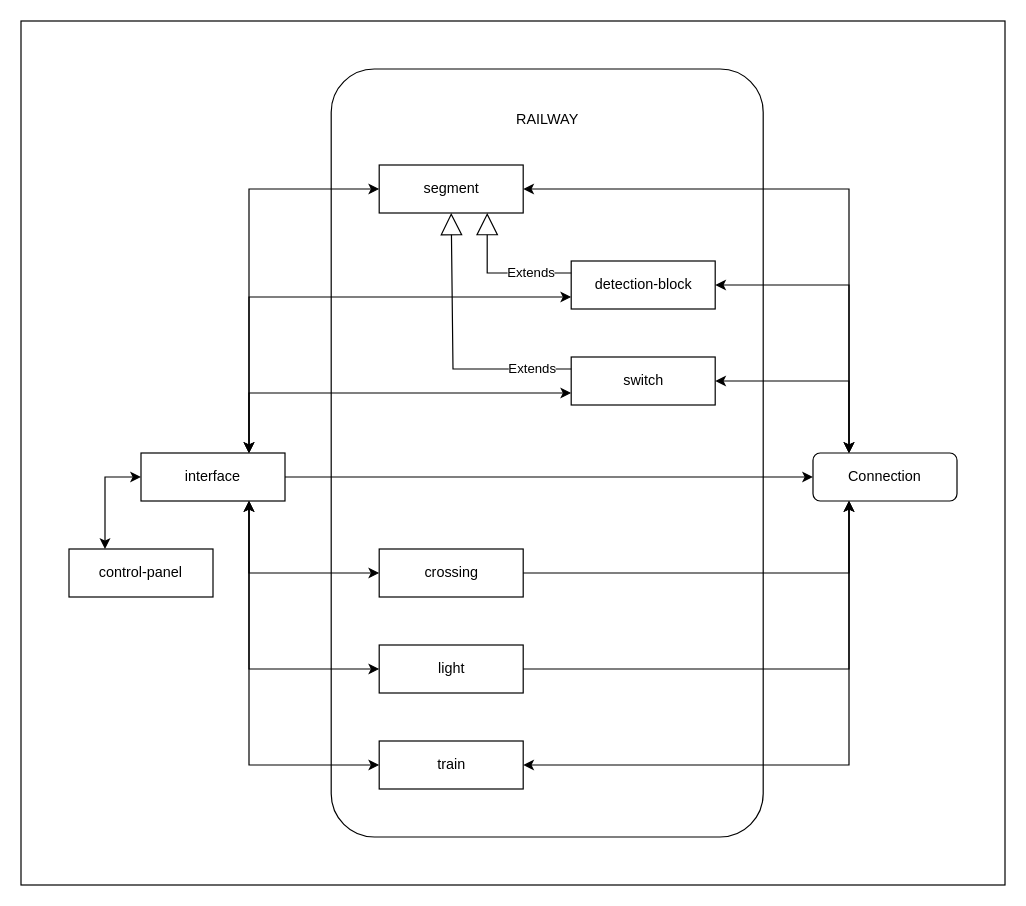
This is docs/specificatie voor ontwikkelaars/Afhankelijkheidsdiagrammen/railway.drawio from Jonas-Bruell/besturingssysteem-modeltreinen, a draw.io file, before an edit. Source tidied: cells renumbered, new cells numbered last; positions are measured from the earlier drawing's top-left corner, leaving out a move shared by most shapes. Both pictures are drawn from the tidied source at 120%, with x=0, y=0 at pixel (20, 20).
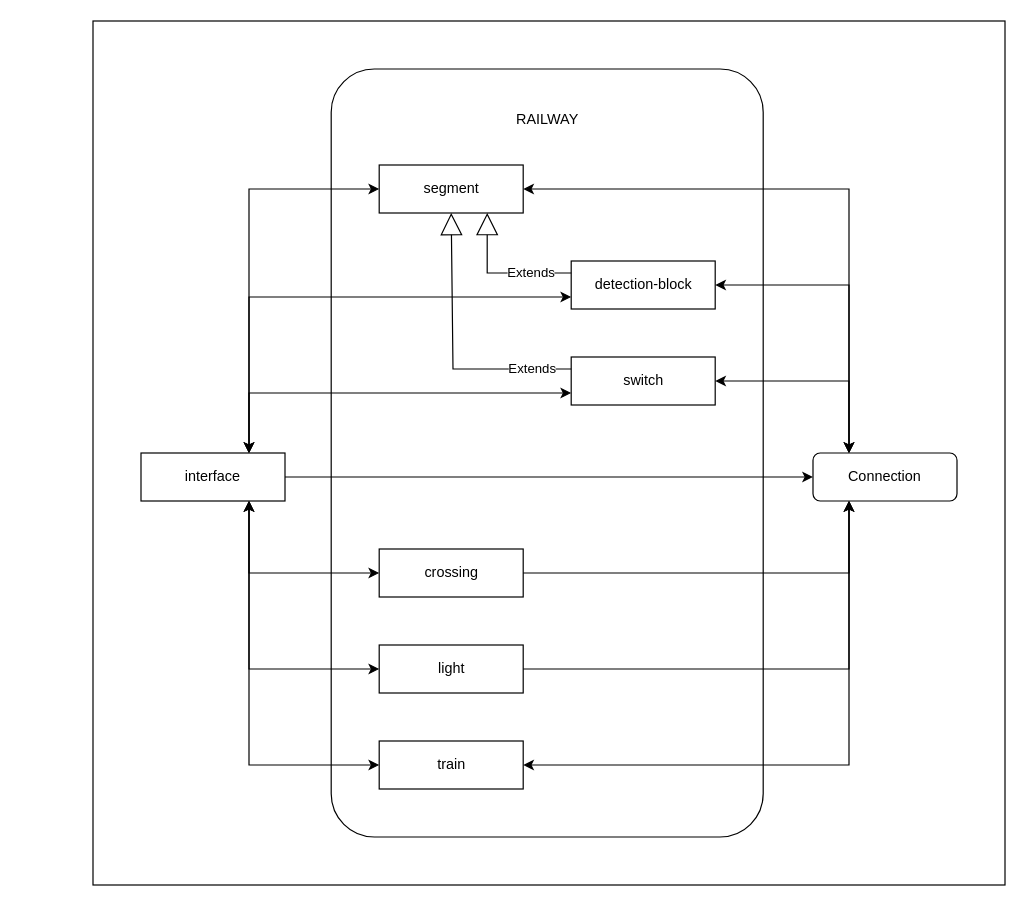
Above is the later version.

The change refers to these unchanged cells:
```xml
<mxCell id="3" value="interface" style="rounded=0;whiteSpace=wrap;html=1;" parent="1" vertex="1">
  <mxGeometry x="100" y="360" width="120" height="40" as="geometry" />
</mxCell>
```

Change to the diagram source:
```diff
@@
     <mxCell id="2" style="rounded=0;whiteSpace=wrap;html=1;" parent="1" vertex="1">
-      <mxGeometry width="820" height="720" as="geometry" />
+      <mxGeometry x="60" width="760" height="720" as="geometry" />
     </mxCell>
@@
-    <mxCell id="28" value="control-panel" style="rounded=0;whiteSpace=wrap;html=1;" parent="1" vertex="1">
-      <mxGeometry x="40" y="440" width="120" height="40" as="geometry" />
-    </mxCell>
-    <mxCell id="29" style="endArrow=classic;startArrow=classic;html=1;rounded=0;entryX=0;entryY=0.5;entryDx=0;entryDy=0;exitX=0.25;exitY=0;exitDx=0;exitDy=0;" parent="1" edge="1" source="28" target="3">
-      <mxGeometry relative="1" as="geometry">
-        <Array as="points">
-          <mxPoint x="70" y="380" />
-        </Array>
-      </mxGeometry>
-    </mxCell>
```
